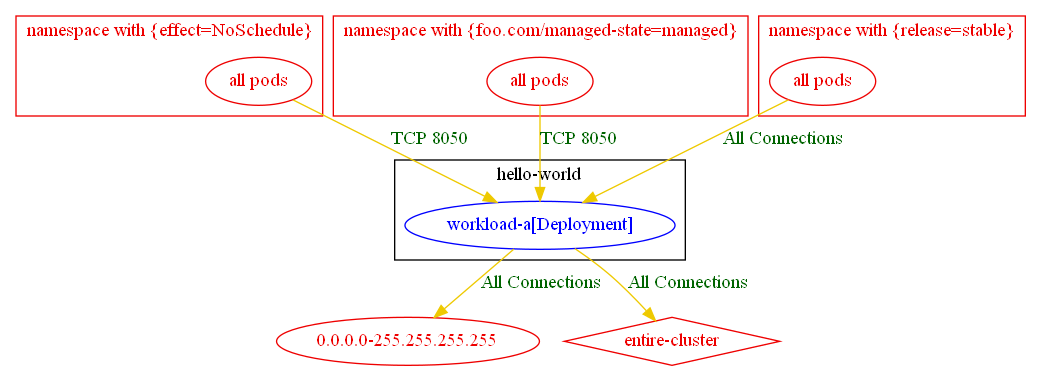
Before: test_outputs/connlist/exposure_test_multiple_unmatched_rules_connlist_output.dot.png, a diagram exported from Graphviz (np-guard/netpol-analyzer). Its source is kept beside it as test_outputs/connlist/exposure_test_multiple_unmatched_rules_connlist_output.dot.
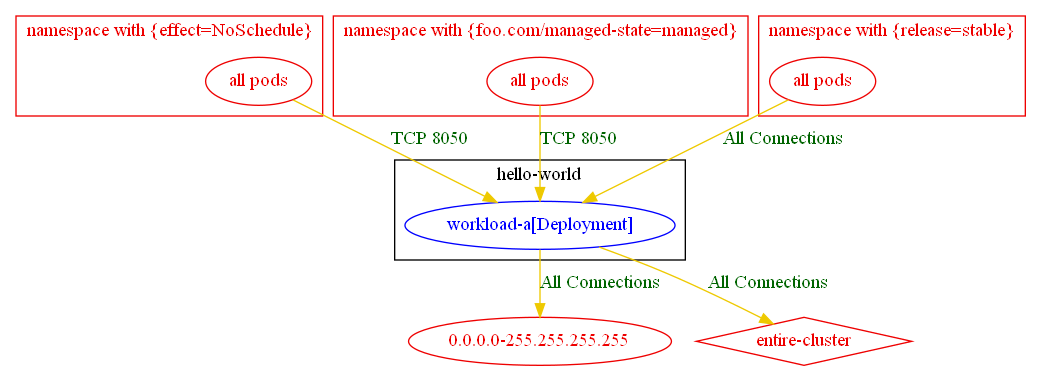
Above is the later version.

Diff of the diagram source:
```diff
@@ -25,9 +25,9 @@
 	}
 	"0.0.0.0-255.255.255.255" [label="0.0.0.0-255.255.255.255" color="red2" fontcolor="red2"]
 	"entire-cluster" [label="entire-cluster" color="red2" fontcolor="red2" shape=diamond]
-	"all pods_in_namespace with {effect=NoSchedule}" -> "hello-world/workload-a[Deployment]" [label="TCP 8050" color="gold2" fontcolor="darkgreen"]
-	"all pods_in_namespace with {foo.com/managed-state=managed}" -> "hello-world/workload-a[Deployment]" [label="TCP 8050" color="gold2" fontcolor="darkgreen"]
-	"all pods_in_namespace with {release=stable}" -> "hello-world/workload-a[Deployment]" [label="All Connections" color="gold2" fontcolor="darkgreen"]
+	"all pods_in_namespace with {effect=NoSchedule}" -> "hello-world/workload-a[Deployment]" [label="TCP 8050" color="gold2" fontcolor="darkgreen" weight=1]
+	"all pods_in_namespace with {foo.com/managed-state=managed}" -> "hello-world/workload-a[Deployment]" [label="TCP 8050" color="gold2" fontcolor="darkgreen" weight=1]
+	"all pods_in_namespace with {release=stable}" -> "hello-world/workload-a[Deployment]" [label="All Connections" color="gold2" fontcolor="darkgreen" weight=1]
 	"hello-world/workload-a[Deployment]" -> "0.0.0.0-255.255.255.255" [label="All Connections" color="gold2" fontcolor="darkgreen"]
-	"hello-world/workload-a[Deployment]" -> "entire-cluster" [label="All Connections" color="gold2" fontcolor="darkgreen"]
+	"hello-world/workload-a[Deployment]" -> "entire-cluster" [label="All Connections" color="gold2" fontcolor="darkgreen" weight=0.5]
 }
```
